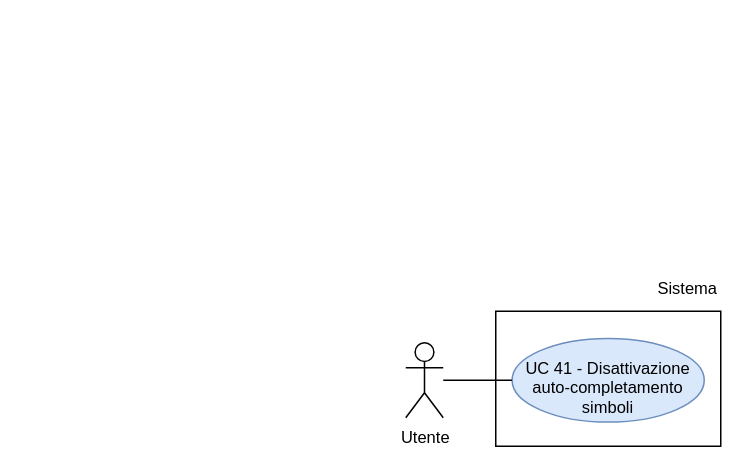
Above: RTB/doc_esterna/analisi-dei-requisiti/assets/draw.io/UC41.drawio in thebitless-group-swe/thebitless.github.io (draw.io), before the change. Source tidied: cells renumbered, new cells numbered last; positions are measured from the earlier drawing's top-left corner, leaving out a move shared by most shapes. Both pictures are drawn from the tidied source at 150%, with x=0, y=0 at pixel (405, 266).
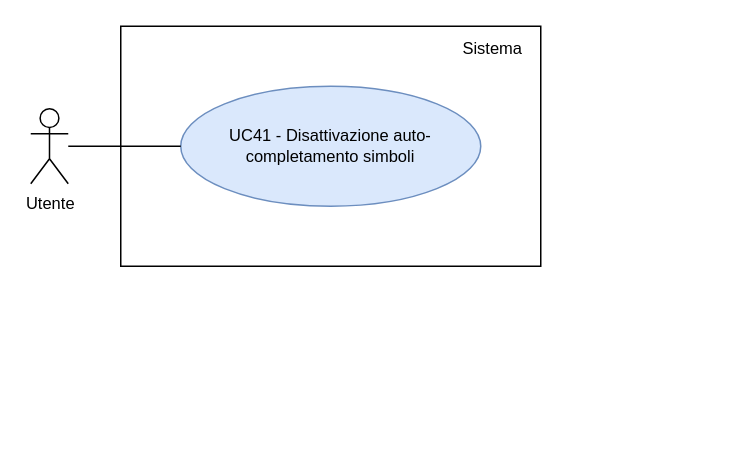
After the change.

What changed in the source:
```diff
@@
 <mxGraphModel>
   <root>
     <mxCell id="0" />
     <mxCell id="1" parent="0" />
     <mxCell id="2" value="Utente" style="shape=umlActor;verticalLabelPosition=bottom;verticalAlign=top;html=1;outlineConnect=0;fontSize=11;" parent="1" vertex="1">
-      <mxGeometry y="51" width="25" height="50" as="geometry" />
+      <mxGeometry x="-250" y="-105" width="25" height="50" as="geometry" />
     </mxCell>
-    <mxCell id="3" style="rounded=0;whiteSpace=wrap;html=1;strokeWidth=1;" parent="1" vertex="1">
-      <mxGeometry x="60" y="30" width="150" height="90" as="geometry" />
-    </mxCell>
+    <mxCell id="8" style="rounded=0;whiteSpace=wrap;html=1;strokeWidth=1;" parent="1" vertex="1">
+      <mxGeometry x="-190" y="-160" width="280" height="160" as="geometry" />
+    </mxCell>
     <mxCell id="4" value="Sistema" style="text;html=1;whiteSpace=wrap;strokeColor=none;fillColor=none;align=right;verticalAlign=middle;fontSize=11;" parent="1" vertex="1">
-      <mxGeometry x="150" width="60" height="30" as="geometry" />
+      <mxGeometry x="10" y="-155" width="70" height="20" as="geometry" />
     </mxCell>
-    <mxCell id="5" value="UC 41 - Disattivazione auto-completamento simboli" style="ellipse;whiteSpace=wrap;html=1;fillColor=#dae8fc;strokeColor=#6c8ebf;fontSize=11;spacingBottom=-10;" parent="1" vertex="1">
-      <mxGeometry x="70.9" y="48.1" width="128.1" height="55.8" as="geometry" />
-    </mxCell>
-    <mxCell id="6" style="edgeStyle=none;rounded=0;jettySize=auto;html=1;endArrow=none;endFill=0;" parent="1" edge="1" source="2" target="5">
-      <mxGeometry relative="1" as="geometry" />
-    </mxCell>
-    <mxCell id="7" style="edgeStyle=orthogonalEdgeStyle;rounded=0;orthogonalLoop=1;jettySize=auto;html=1;exitX=0.5;exitY=1;exitDx=0;exitDy=0;" parent="1" edge="1" source="4" target="4">
-      <mxGeometry relative="1" as="geometry" />
-    </mxCell>
+    <mxCell id="9" value="UC41 - Disattivazione auto-completamento simboli" style="ellipse;whiteSpace=wrap;html=1;fillColor=#dae8fc;strokeColor=#6c8ebf;fontSize=11;" parent="1" vertex="1">
+      <mxGeometry x="-150" y="-120" width="200" height="80" as="geometry" />
+    </mxCell>
+    <mxCell id="10" style="edgeStyle=none;rounded=0;jettySize=auto;html=1;endArrow=none;endFill=0;" parent="1" edge="1" source="2" target="9">
+      <mxGeometry relative="1" as="geometry" />
+    </mxCell>
   </root>
 </mxGraphModel>
```
